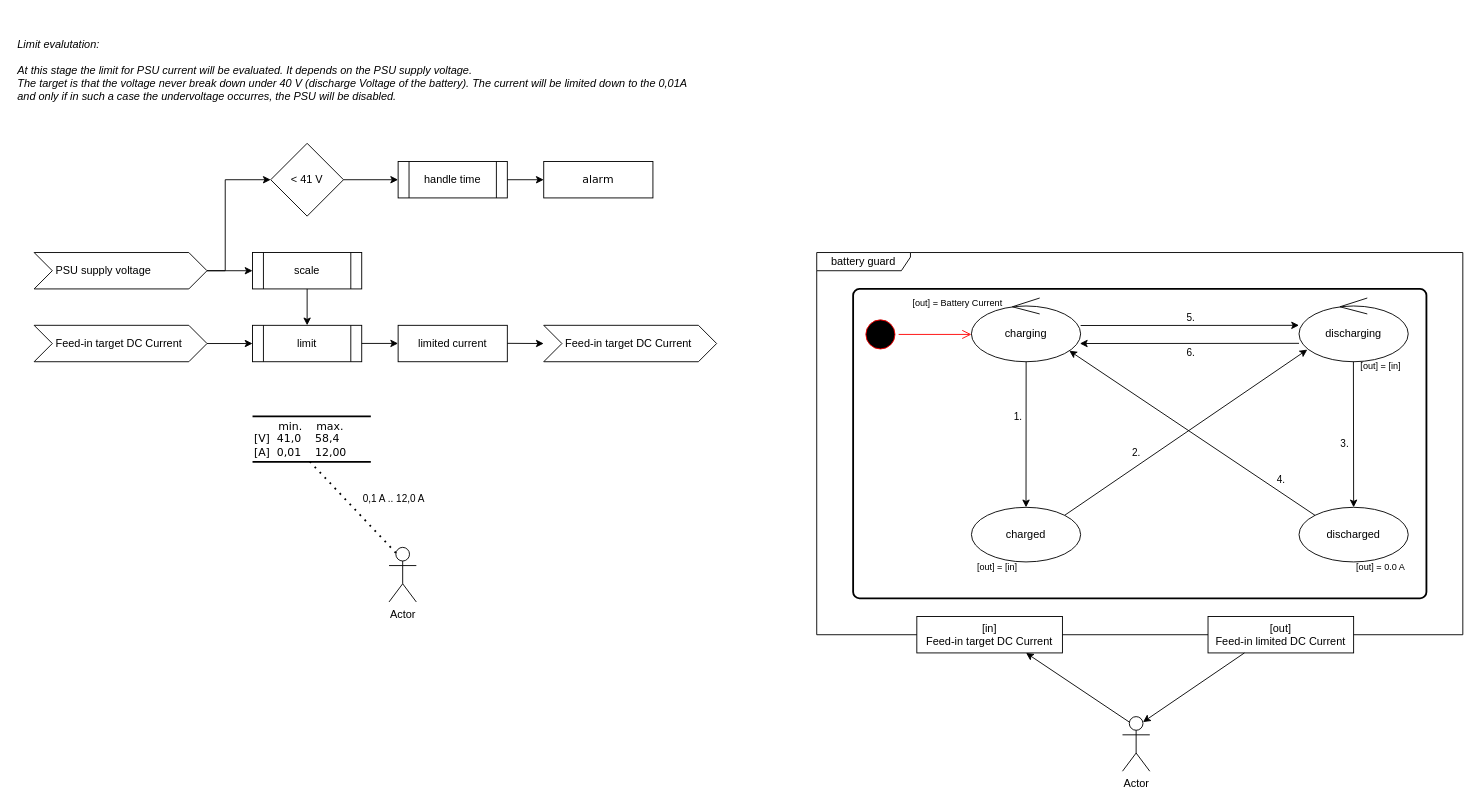
JoTid/PVZero keeps this draw.io diagram as page "battery guard" (1 of 3) of docs/images/pvzero.drawio. Above is the earlier version. Source tidied: cells renumbered, new cells numbered last; positions are measured from the earlier drawing's top-left corner, leaving out a move shared by most shapes. Both pictures are drawn from the tidied source at 91%, with x=0, y=0 at pixel (15, 15).
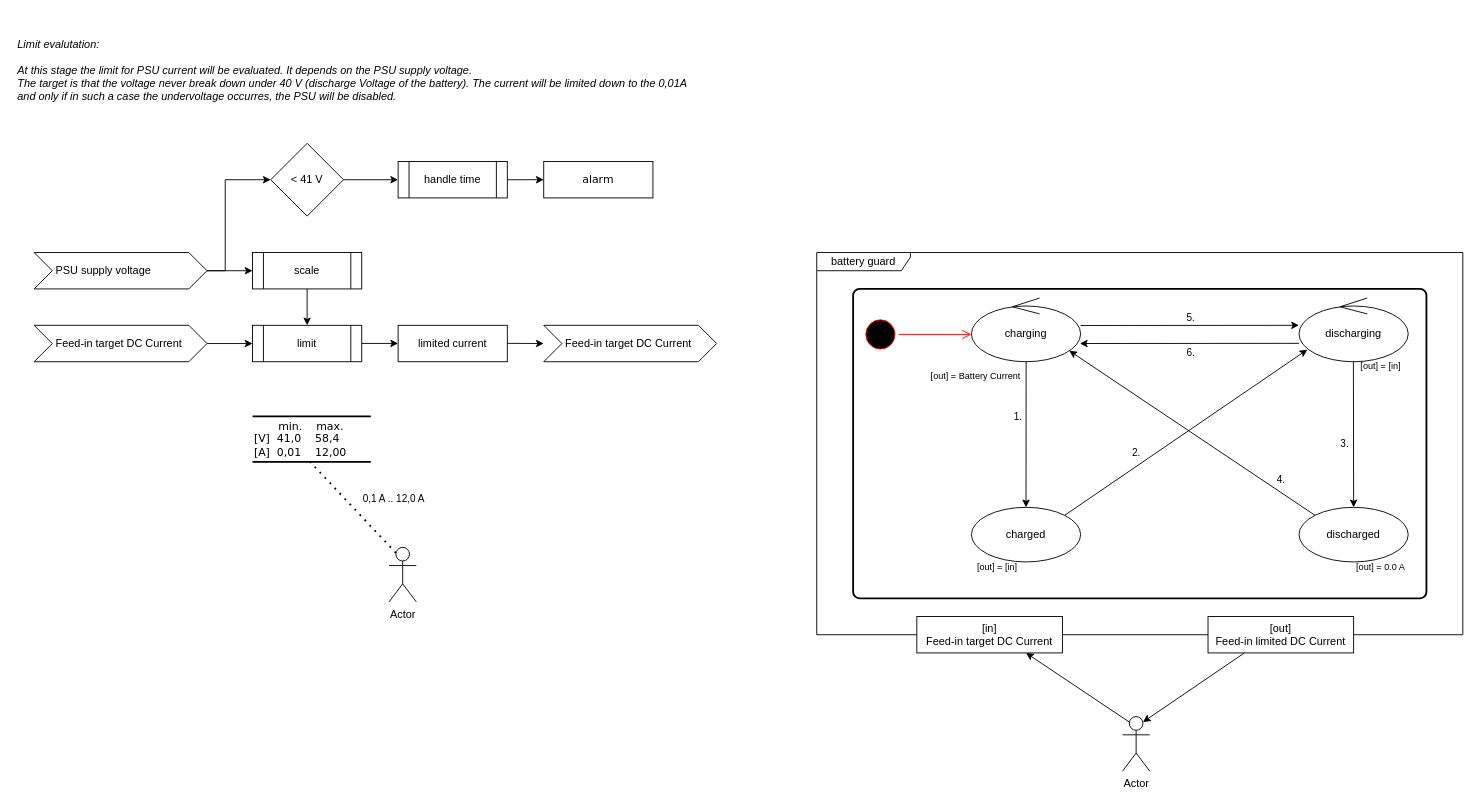
After the change.

Commit message (it also covers changes not shown here):
Finalize the implementation of Battery Guard and update the documentation

The edit, as a diff of the source:
```diff
@@
-    <mxCell id="52" value="[out] = Battery Current" style="text;whiteSpace=wrap;spacing=0;fontSize=10;align=center;verticalAlign=middle;" parent="1" vertex="1">
-      <mxGeometry x="980" y="300" width="110" height="30" as="geometry" />
+    <mxCell id="52" value="[out] = Battery Current" style="text;whiteSpace=wrap;spacing=0;fontSize=10;align=center;verticalAlign=middle;" parent="1" vertex="1">
+      <mxGeometry x="1000" y="380" width="110" height="30" as="geometry" />
     </mxCell>
```
